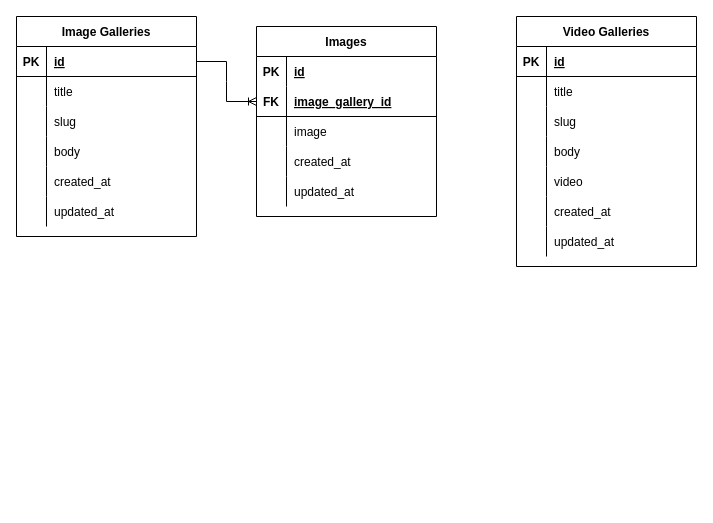
This is Database Schema.drawio from yafizh/Wisata-Tiwingan-Lama-Laravel, a draw.io file, before an edit. Source tidied: cells renumbered, new cells numbered last; positions are measured from the earlier drawing's top-left corner, leaving out a move shared by most shapes. Both pictures are drawn from the tidied source at 100%, with x=0, y=0 at pixel (16, 16).
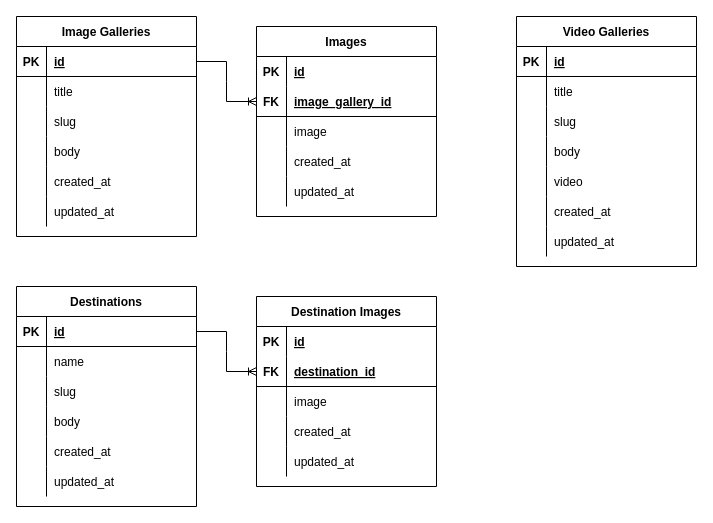
The same page after the edit.

Change to the diagram source:
```diff
@@
+    <mxCell id="60" value="Destinations" style="shape=table;startSize=30;childLayout=tableLayout;rowLines=0;fontStyle=1;align=center;" parent="1" vertex="1">
+      <mxGeometry y="270" width="180" height="220" as="geometry" />
+    </mxCell>
+    <mxCell id="61" style="shape=tableRow;horizontal=0;startSize=0;swimlaneHead=0;swimlaneBody=0;fillColor=none;points=[[0,0.5],[1,0.5]];portConstraint=eastwest;top=0;left=0;right=0;bottom=1;" parent="60" vertex="1">
+      <mxGeometry y="30" width="180" height="30" as="geometry" />
+    </mxCell>
+    <mxCell id="62" value="PK" style="shape=partialRectangle;fillColor=none;top=0;left=0;bottom=0;right=0;fontStyle=1;overflow=hidden;" parent="61" vertex="1">
+      <mxGeometry width="30" height="30" as="geometry" />
+    </mxCell>
+    <mxCell id="63" value="id" style="shape=partialRectangle;fillColor=none;top=0;left=0;bottom=0;right=0;align=left;spacingLeft=6;fontStyle=5;overflow=hidden;" parent="61" vertex="1">
+      <mxGeometry x="30" width="150" height="30" as="geometry" />
+    </mxCell>
+    <mxCell id="64" style="shape=tableRow;horizontal=0;startSize=0;swimlaneHead=0;swimlaneBody=0;fillColor=none;top=0;left=0;right=0;bottom=0;" parent="60" vertex="1">
+      <mxGeometry y="60" width="180" height="30" as="geometry" />
+    </mxCell>
+    <mxCell id="65" style="shape=partialRectangle;fillColor=none;top=0;left=0;bottom=0;right=0;overflow=hidden;" parent="64" vertex="1">
+      <mxGeometry width="30" height="30" as="geometry" />
+    </mxCell>
+    <mxCell id="66" value="name" style="shape=partialRectangle;fillColor=none;top=0;left=0;bottom=0;right=0;align=left;spacingLeft=6;overflow=hidden;" parent="64" vertex="1">
+      <mxGeometry x="30" width="150" height="30" as="geometry" />
+    </mxCell>
+    <mxCell id="67" style="shape=tableRow;horizontal=0;startSize=0;swimlaneHead=0;swimlaneBody=0;fillColor=none;top=0;left=0;right=0;bottom=0;" parent="60" vertex="1">
+      <mxGeometry y="90" width="180" height="30" as="geometry" />
+    </mxCell>
+    <mxCell id="68" style="shape=partialRectangle;fillColor=none;top=0;left=0;bottom=0;right=0;overflow=hidden;" parent="67" vertex="1">
+      <mxGeometry width="30" height="30" as="geometry" />
+    </mxCell>
+    <mxCell id="69" value="slug" style="shape=partialRectangle;fillColor=none;top=0;left=0;bottom=0;right=0;align=left;spacingLeft=6;overflow=hidden;" parent="67" vertex="1">
+      <mxGeometry x="30" width="150" height="30" as="geometry" />
+    </mxCell>
+    <mxCell id="70" style="shape=tableRow;horizontal=0;startSize=0;swimlaneHead=0;swimlaneBody=0;fillColor=none;top=0;left=0;right=0;bottom=0;" parent="60" vertex="1">
+      <mxGeometry y="120" width="180" height="30" as="geometry" />
+    </mxCell>
+    <mxCell id="71" style="shape=partialRectangle;fillColor=none;top=0;left=0;bottom=0;right=0;overflow=hidden;" parent="70" vertex="1">
+      <mxGeometry width="30" height="30" as="geometry" />
+    </mxCell>
+    <mxCell id="72" value="body" style="shape=partialRectangle;fillColor=none;top=0;left=0;bottom=0;right=0;align=left;spacingLeft=6;overflow=hidden;" parent="70" vertex="1">
+      <mxGeometry x="30" width="150" height="30" as="geometry" />
+    </mxCell>
+    <mxCell id="73" style="shape=tableRow;horizontal=0;startSize=0;swimlaneHead=0;swimlaneBody=0;fillColor=none;top=0;left=0;right=0;bottom=0;" parent="60" vertex="1">
+      <mxGeometry y="150" width="180" height="30" as="geometry" />
+    </mxCell>
+    <mxCell id="74" style="shape=partialRectangle;fillColor=none;top=0;left=0;bottom=0;right=0;overflow=hidden;" parent="73" vertex="1">
+      <mxGeometry width="30" height="30" as="geometry" />
+    </mxCell>
+    <mxCell id="75" value="created_at" style="shape=partialRectangle;fillColor=none;top=0;left=0;bottom=0;right=0;align=left;spacingLeft=6;overflow=hidden;" parent="73" vertex="1">
+      <mxGeometry x="30" width="150" height="30" as="geometry" />
+    </mxCell>
+    <mxCell id="76" style="shape=tableRow;horizontal=0;startSize=0;swimlaneHead=0;swimlaneBody=0;fillColor=none;top=0;left=0;right=0;bottom=0;" parent="60" vertex="1">
+      <mxGeometry y="180" width="180" height="30" as="geometry" />
+    </mxCell>
+    <mxCell id="77" style="shape=partialRectangle;fillColor=none;top=0;left=0;bottom=0;right=0;overflow=hidden;" parent="76" vertex="1">
+      <mxGeometry width="30" height="30" as="geometry" />
+    </mxCell>
+    <mxCell id="78" value="updated_at" style="shape=partialRectangle;fillColor=none;top=0;left=0;bottom=0;right=0;align=left;spacingLeft=6;overflow=hidden;" parent="76" vertex="1">
+      <mxGeometry x="30" width="150" height="30" as="geometry" />
+    </mxCell>
+    <mxCell id="79" value="Destination Images" style="shape=table;startSize=30;childLayout=tableLayout;rowLines=0;fontStyle=1;align=center;" parent="1" vertex="1">
+      <mxGeometry x="240" y="280" width="180" height="190" as="geometry" />
+    </mxCell>
+    <mxCell id="80" style="shape=tableRow;horizontal=0;startSize=0;swimlaneHead=0;swimlaneBody=0;fillColor=none;top=0;left=0;right=0;bottom=1;strokeColor=none;" parent="79" vertex="1">
+      <mxGeometry y="30" width="180" height="30" as="geometry" />
+    </mxCell>
+    <mxCell id="81" value="PK" style="shape=partialRectangle;fillColor=none;top=0;left=0;bottom=0;right=0;fontStyle=1;overflow=hidden;" parent="80" vertex="1">
+      <mxGeometry width="30" height="30" as="geometry" />
+    </mxCell>
+    <mxCell id="82" value="id" style="shape=partialRectangle;fillColor=none;top=0;left=0;bottom=0;right=0;align=left;spacingLeft=6;fontStyle=5;overflow=hidden;" parent="80" vertex="1">
+      <mxGeometry x="30" width="150" height="30" as="geometry" />
+    </mxCell>
+    <mxCell id="83" style="shape=tableRow;horizontal=0;startSize=0;swimlaneHead=0;swimlaneBody=0;fillColor=none;points=[[0,0.5],[1,0.5]];portConstraint=eastwest;top=0;left=0;right=0;bottom=1;" parent="79" vertex="1">
+      <mxGeometry y="60" width="180" height="30" as="geometry" />
+    </mxCell>
+    <mxCell id="84" value="FK" style="shape=partialRectangle;fillColor=none;top=0;left=0;bottom=0;right=0;fontStyle=1;overflow=hidden;" parent="83" vertex="1">
+      <mxGeometry width="30" height="30" as="geometry" />
+    </mxCell>
+    <mxCell id="85" value="destination_id" style="shape=partialRectangle;fillColor=none;top=0;left=0;bottom=0;right=0;align=left;spacingLeft=6;fontStyle=5;overflow=hidden;" parent="83" vertex="1">
+      <mxGeometry x="30" width="150" height="30" as="geometry" />
+    </mxCell>
+    <mxCell id="86" style="shape=tableRow;horizontal=0;startSize=0;swimlaneHead=0;swimlaneBody=0;fillColor=none;top=0;left=0;right=0;bottom=0;" parent="79" vertex="1">
+      <mxGeometry y="90" width="180" height="30" as="geometry" />
+    </mxCell>
+    <mxCell id="87" style="shape=partialRectangle;fillColor=none;top=0;left=0;bottom=0;right=0;overflow=hidden;" parent="86" vertex="1">
+      <mxGeometry width="30" height="30" as="geometry" />
+    </mxCell>
+    <mxCell id="88" value="image" style="shape=partialRectangle;fillColor=none;top=0;left=0;bottom=0;right=0;align=left;spacingLeft=6;overflow=hidden;" parent="86" vertex="1">
+      <mxGeometry x="30" width="150" height="30" as="geometry" />
+    </mxCell>
+    <mxCell id="89" style="shape=tableRow;horizontal=0;startSize=0;swimlaneHead=0;swimlaneBody=0;fillColor=none;top=0;left=0;right=0;bottom=0;" parent="79" vertex="1">
+      <mxGeometry y="120" width="180" height="30" as="geometry" />
+    </mxCell>
+    <mxCell id="90" style="shape=partialRectangle;fillColor=none;top=0;left=0;bottom=0;right=0;overflow=hidden;" parent="89" vertex="1">
+      <mxGeometry width="30" height="30" as="geometry" />
+    </mxCell>
+    <mxCell id="91" value="created_at" style="shape=partialRectangle;fillColor=none;top=0;left=0;bottom=0;right=0;align=left;spacingLeft=6;overflow=hidden;" parent="89" vertex="1">
+      <mxGeometry x="30" width="150" height="30" as="geometry" />
+    </mxCell>
+    <mxCell id="92" style="shape=tableRow;horizontal=0;startSize=0;swimlaneHead=0;swimlaneBody=0;fillColor=none;top=0;left=0;right=0;bottom=0;" parent="79" vertex="1">
+      <mxGeometry y="150" width="180" height="30" as="geometry" />
+    </mxCell>
+    <mxCell id="93" style="shape=partialRectangle;fillColor=none;top=0;left=0;bottom=0;right=0;overflow=hidden;" parent="92" vertex="1">
+      <mxGeometry width="30" height="30" as="geometry" />
+    </mxCell>
+    <mxCell id="94" value="updated_at" style="shape=partialRectangle;fillColor=none;top=0;left=0;bottom=0;right=0;align=left;spacingLeft=6;overflow=hidden;" parent="92" vertex="1">
+      <mxGeometry x="30" width="150" height="30" as="geometry" />
+    </mxCell>
+    <mxCell id="95" style="edgeStyle=entityRelationEdgeStyle;fontSize=12;html=1;endArrow=ERoneToMany;rounded=0;exitX=1;exitY=0.5;exitDx=0;exitDy=0;entryX=0;entryY=0.5;entryDx=0;entryDy=0;" parent="1" edge="1" source="61" target="83">
+      <mxGeometry relative="1" as="geometry" />
+    </mxCell>
```
